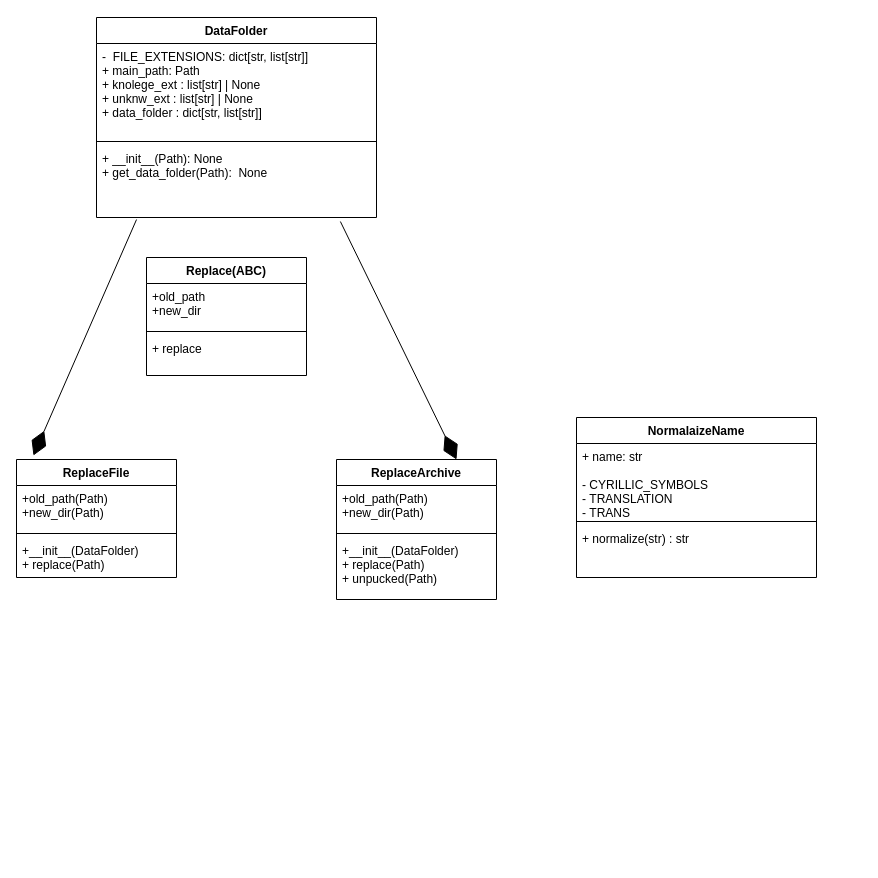
This is page "sort_folder" (3 of 3) of DigiDuckBook/draw/uml.drawio from SergiyBagmet/DigiDuckBook, a draw.io file, before an edit. Source tidied: cells renumbered, new cells numbered last; positions are measured from the earlier drawing's top-left corner, leaving out a move shared by most shapes. Both pictures are drawn from the tidied source at 100%, with x=0, y=0 at pixel (16, 17).
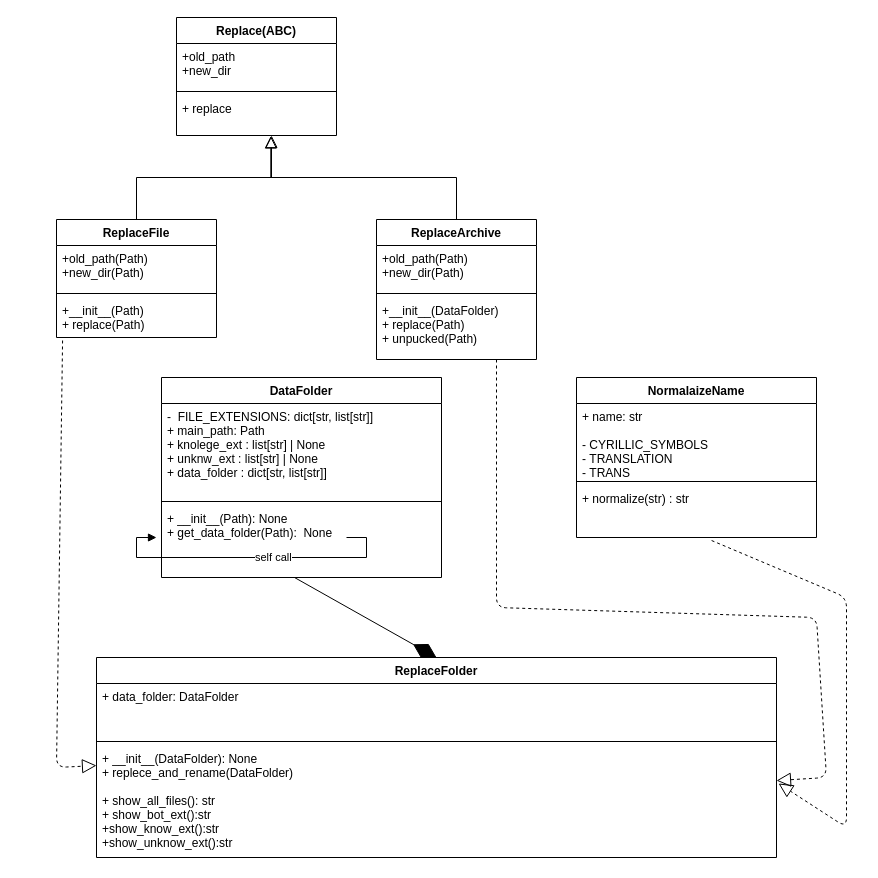
The same page after the edit.

Unchanged cells that the change refers to:
```xml
<mxCell id="5" value="+ normalize(str) : str " style="text;strokeColor=none;fillColor=none;align=left;verticalAlign=top;spacingLeft=4;spacingRight=4;overflow=hidden;points=[[0,0.5],[1,0.5]];portConstraint=eastwest;" parent="2" vertex="1">
  <mxGeometry y="108" width="240" height="52" as="geometry" />
</mxCell>
<mxCell id="9" value="+ __init__(Path): None&#10;+ get_data_folder(Path):  None" style="text;strokeColor=none;fillColor=none;align=left;verticalAlign=top;spacingLeft=4;spacingRight=4;overflow=hidden;points=[[0,0.5],[1,0.5]];portConstraint=eastwest;" parent="6" vertex="1">
  <mxGeometry y="128" width="280" height="72" as="geometry" />
</mxCell>
<mxCell id="13" value="+__init__(DataFolder)&#10;+ replace(Path)&#10;+ unpucked(Path)" style="text;strokeColor=none;fillColor=none;align=left;verticalAlign=top;spacingLeft=4;spacingRight=4;overflow=hidden;points=[[0,0.5],[1,0.5]];portConstraint=eastwest;" parent="10" vertex="1">
  <mxGeometry y="78" width="160" height="62" as="geometry" />
</mxCell>
```

What changed in the source:
```diff
@@
     <mxCell id="2" value="NormalaizeName" style="swimlane;fontStyle=1;align=center;verticalAlign=top;horizontal=1;startSize=26;" parent="1" vertex="1">
-      <mxGeometry x="560" y="400" width="240" height="160" as="geometry" />
+      <mxGeometry x="560" y="360" width="240" height="160" as="geometry" />
     </mxCell>
@@
     <mxCell id="6" value="DataFolder" style="swimlane;fontStyle=1;align=center;verticalAlign=top;horizontal=1;startSize=26;" parent="1" vertex="1">
-      <mxGeometry x="80" width="280" height="200" as="geometry" />
+      <mxGeometry x="145" y="360" width="280" height="200" as="geometry" />
     </mxCell>
@@
     <mxCell id="10" value="ReplaceArchive" style="swimlane;fontStyle=1;align=center;verticalAlign=top;horizontal=1;startSize=26;" parent="1" vertex="1">
-      <mxGeometry x="320" y="442" width="160" height="140" as="geometry" />
+      <mxGeometry x="360" y="202" width="160" height="140" as="geometry" />
     </mxCell>
@@
     <mxCell id="14" value="ReplaceFile" style="swimlane;fontStyle=1;align=center;verticalAlign=top;horizontal=1;startSize=26;" parent="1" vertex="1">
-      <mxGeometry y="442" width="160" height="118" as="geometry" />
+      <mxGeometry x="40" y="202" width="160" height="118" as="geometry" />
     </mxCell>
@@
-    <mxCell id="17" value="+__init__(DataFolder)&#10;+ replace(Path)" style="text;strokeColor=none;fillColor=none;align=left;verticalAlign=top;spacingLeft=4;spacingRight=4;overflow=hidden;points=[[0,0.5],[1,0.5]];portConstraint=eastwest;" parent="14" vertex="1">
+    <mxCell id="17" value="+__init__(Path)&#10;+ replace(Path)" style="text;strokeColor=none;fillColor=none;align=left;verticalAlign=top;spacingLeft=4;spacingRight=4;overflow=hidden;points=[[0,0.5],[1,0.5]];portConstraint=eastwest;" parent="14" vertex="1">
       <mxGeometry y="78" width="160" height="40" as="geometry" />
     </mxCell>
     <mxCell id="18" value="Replace(ABC)" style="swimlane;fontStyle=1;align=center;verticalAlign=top;horizontal=1;startSize=26;" parent="1" vertex="1">
-      <mxGeometry x="130" y="240" width="160" height="118" as="geometry" />
+      <mxGeometry x="160" width="160" height="118" as="geometry" />
     </mxCell>
@@
-    <mxCell id="22" style="endArrow=diamondThin;endFill=1;endSize=24;html=1;exitX=0.871;exitY=1.056;exitDx=0;exitDy=0;exitPerimeter=0;entryX=0.75;entryY=0;entryDx=0;entryDy=0;" parent="1" edge="1" source="9" target="10">
-      <mxGeometry relative="1" as="geometry" />
-    </mxCell>
-    <mxCell id="23" style="endArrow=diamondThin;endFill=1;endSize=24;html=1;exitX=0.143;exitY=1.028;exitDx=0;exitDy=0;exitPerimeter=0;entryX=0.106;entryY=-0.034;entryDx=0;entryDy=0;entryPerimeter=0;" parent="1" edge="1" source="9" target="14">
-      <mxGeometry relative="1" as="geometry" />
-    </mxCell>
+    <mxCell id="24" style="endArrow=block;endSize=10;endFill=0;shadow=0;strokeWidth=1;rounded=0;edgeStyle=elbowEdgeStyle;elbow=vertical;exitX=0.5;exitY=0;exitDx=0;exitDy=0;" parent="1" edge="1" source="14">
+      <mxGeometry relative="1" as="geometry">
+        <mxPoint x="255" y="118" as="targetPoint" />
+        <Array as="points">
+          <mxPoint x="170" y="160" />
+          <mxPoint x="235" y="198" />
+          <mxPoint x="85" y="198" />
+        </Array>
+      </mxGeometry>
+    </mxCell>
+    <mxCell id="25" style="endArrow=block;endSize=10;endFill=0;shadow=0;strokeWidth=1;rounded=0;edgeStyle=elbowEdgeStyle;elbow=vertical;entryX=0.497;entryY=1.005;entryDx=0;entryDy=0;entryPerimeter=0;exitX=0.5;exitY=0;exitDx=0;exitDy=0;" parent="1" edge="1" source="10">
+      <mxGeometry relative="1" as="geometry">
+        <mxPoint x="254.3" y="118.5" as="targetPoint" />
+        <Array as="points">
+          <mxPoint x="350" y="160" />
+          <mxPoint x="545" y="208" />
+        </Array>
+      </mxGeometry>
+    </mxCell>
+    <mxCell id="26" value="ReplaceFolder" style="swimlane;fontStyle=1;align=center;verticalAlign=top;horizontal=1;startSize=26;" parent="1" vertex="1">
+      <mxGeometry x="80" y="640" width="680" height="200" as="geometry" />
+    </mxCell>
+    <mxCell id="27" value="+ data_folder: DataFolder" style="text;strokeColor=none;fillColor=none;align=left;verticalAlign=top;spacingLeft=4;spacingRight=4;overflow=hidden;" parent="26" vertex="1">
+      <mxGeometry y="26" width="680" height="54" as="geometry" />
+    </mxCell>
+    <mxCell id="28" style="line;strokeWidth=1;fillColor=none;align=left;verticalAlign=middle;spacingTop=-1;spacingLeft=3;spacingRight=3;labelPosition=right;strokeColor=inherit;" parent="26" vertex="1">
+      <mxGeometry y="80" width="680" height="8" as="geometry" />
+    </mxCell>
+    <mxCell id="29" value="+ __init__(DataFolder): None&#10;+ replece_and_rename(DataFolder)&#10;&#10;+ show_all_files(): str&#10;+ show_bot_ext():str&#10;+show_know_ext():str&#10;+show_unknow_ext():str" style="text;strokeColor=none;fillColor=none;align=left;verticalAlign=top;spacingLeft=4;spacingRight=4;overflow=hidden;points=[[0,0.5],[1,0.5]];portConstraint=eastwest;" parent="26" vertex="1">
+      <mxGeometry y="88" width="680" height="112" as="geometry" />
+    </mxCell>
+    <mxCell id="30" style="endArrow=diamondThin;endFill=1;endSize=24;html=1;entryX=0.5;entryY=0;entryDx=0;entryDy=0;exitX=0.475;exitY=1;exitDx=0;exitDy=0;exitPerimeter=0;" parent="1" edge="1" source="9" target="26">
+      <mxGeometry relative="1" as="geometry" />
+    </mxCell>
+    <mxCell id="31" style="endArrow=block;dashed=1;endFill=0;endSize=12;html=1;exitX=0.038;exitY=1.075;exitDx=0;exitDy=0;exitPerimeter=0;entryX=0;entryY=0.179;entryDx=0;entryDy=0;entryPerimeter=0;" parent="1" edge="1" source="17" target="29">
+      <mxGeometry relative="1" as="geometry">
+        <Array as="points">
+          <mxPoint x="40" y="750" />
+        </Array>
+      </mxGeometry>
+    </mxCell>
+    <mxCell id="32" style="endArrow=block;dashed=1;endFill=0;endSize=12;html=1;exitX=0.75;exitY=1;exitDx=0;exitDy=0;exitPerimeter=0;" parent="1" edge="1" source="13" target="29">
+      <mxGeometry relative="1" as="geometry">
+        <Array as="points">
+          <mxPoint x="480" y="590" />
+          <mxPoint x="800" y="600" />
+          <mxPoint x="810" y="760" />
+        </Array>
+      </mxGeometry>
+    </mxCell>
+    <mxCell id="33" style="endArrow=block;dashed=1;endFill=0;endSize=12;html=1;exitX=0.563;exitY=1.058;exitDx=0;exitDy=0;exitPerimeter=0;entryX=1.003;entryY=0.339;entryDx=0;entryDy=0;entryPerimeter=0;" parent="1" edge="1" source="5" target="29">
+      <mxGeometry relative="1" as="geometry">
+        <Array as="points">
+          <mxPoint x="830" y="580" />
+          <mxPoint x="830" y="810" />
+        </Array>
+      </mxGeometry>
+    </mxCell>
+    <mxCell id="34" value="self call" style="edgeStyle=orthogonalEdgeStyle;html=1;align=left;spacingLeft=2;endArrow=block;rounded=0;" parent="1" edge="1">
+      <mxGeometry relative="1" as="geometry">
+        <mxPoint x="330" y="520" as="sourcePoint" />
+        <mxPoint x="140" y="520" as="targetPoint" />
+        <Array as="points">
+          <mxPoint x="350" y="520" />
+          <mxPoint x="350" y="540" />
+          <mxPoint x="120" y="540" />
+          <mxPoint x="120" y="520" />
+        </Array>
+      </mxGeometry>
+    </mxCell>
```
